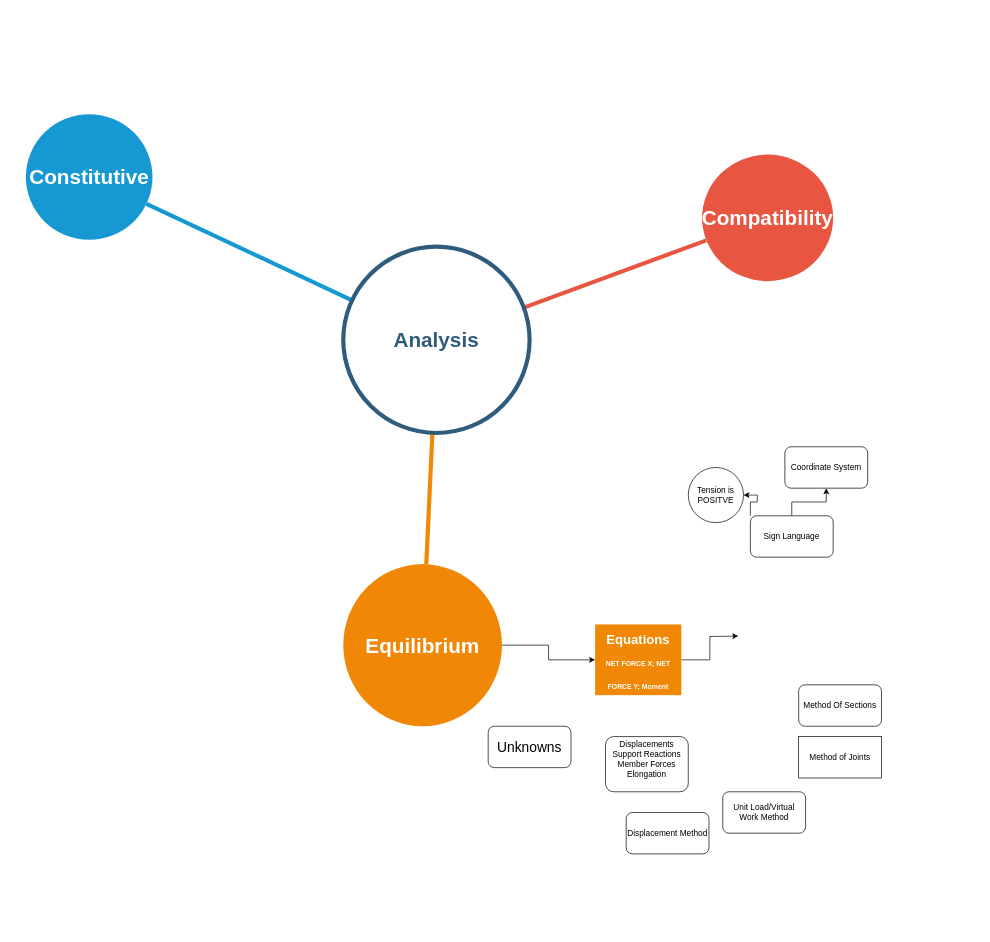
Earlier version of the draw.io diagram StructuralEng.drawio (em329-unity/MindMaps). Source tidied: cells renumbered, new cells numbered last; positions are measured from the earlier drawing's top-left corner, leaving out a move shared by most shapes. Both pictures are drawn from the tidied source at 69%, with x=0, y=0 at pixel (26, 114).
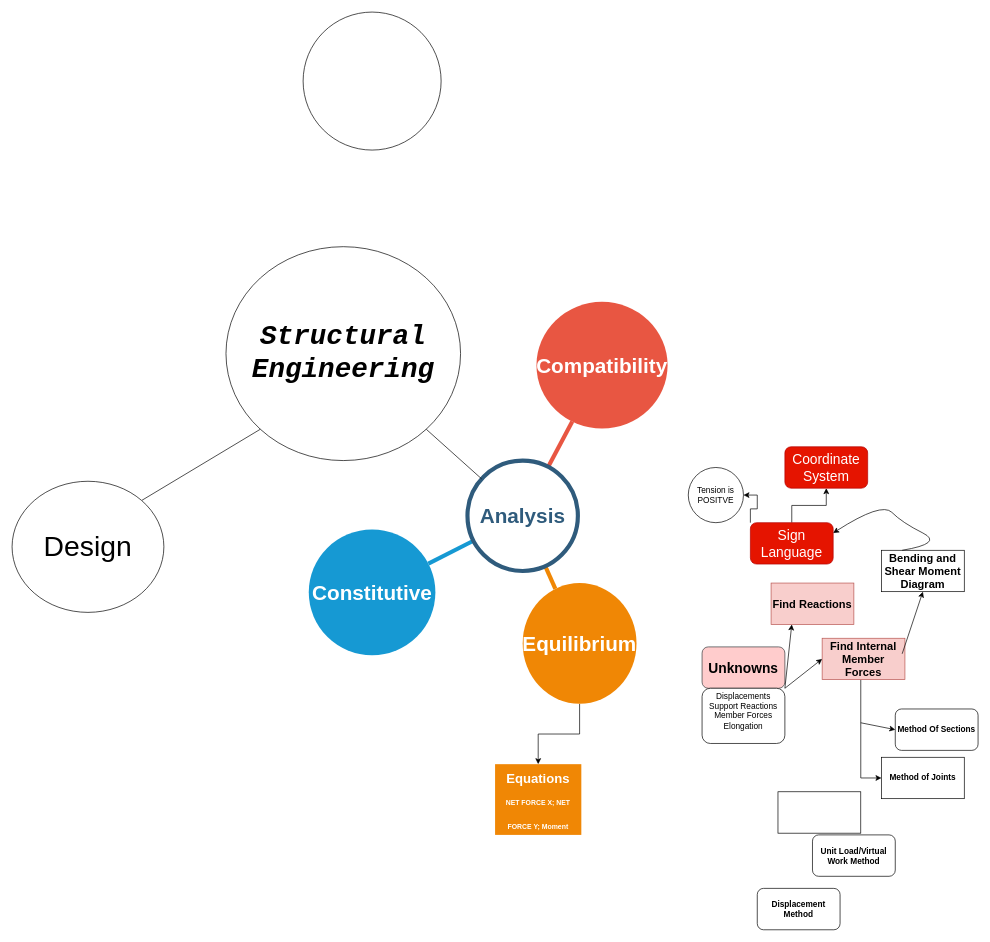
The same diagram, later.

Diff of the diagram source:
```diff
@@
     <mxCell id="2" value="Constitutive" style="ellipse;whiteSpace=wrap;html=1;shadow=0;fontFamily=Helvetica;fontSize=30;fontColor=#FFFFFF;align=center;strokeWidth=3;fillColor=#1699D3;strokeColor=none;fontStyle=1;" parent="1" vertex="1">
-      <mxGeometry width="183.5" height="182" as="geometry" />
+      <mxGeometry x="410" y="602" width="183.5" height="182" as="geometry" />
     </mxCell>
     <mxCell id="3" value="Compatibility" style="ellipse;whiteSpace=wrap;html=1;shadow=0;fontFamily=Helvetica;fontSize=30;fontColor=#FFFFFF;align=center;strokeWidth=3;fillColor=#E85642;strokeColor=none;fontStyle=1;" parent="1" vertex="1">
-      <mxGeometry x="980" y="58.5" width="190" height="183.5" as="geometry" />
+      <mxGeometry x="740" y="272" width="190" height="183.5" as="geometry" />
     </mxCell>
@@
     <mxCell id="5" value="Equilibrium" style="ellipse;whiteSpace=wrap;html=1;shadow=0;fontFamily=Helvetica;fontSize=30;fontColor=#FFFFFF;align=center;strokeWidth=3;fillColor=#F08705;strokeColor=none;fontStyle=1;" parent="1" vertex="1">
-      <mxGeometry x="460" y="652" width="230" height="235" as="geometry" />
+      <mxGeometry x="720" y="679.5" width="165" height="175" as="geometry" />
     </mxCell>
@@
     <mxCell id="9" value="Analysis" style="ellipse;whiteSpace=wrap;html=1;shadow=0;fontFamily=Helvetica;fontSize=30;fontColor=#2F5B7C;align=center;strokeColor=#2F5B7C;strokeWidth=6;fillColor=#FFFFFF;fontStyle=1;gradientColor=none;" parent="1" vertex="1">
-      <mxGeometry x="460" y="192" width="270" height="270" as="geometry" />
+      <mxGeometry x="640" y="502" width="160" height="160" as="geometry" />
     </mxCell>
-    <mxCell id="10" style="edgeStyle=orthogonalEdgeStyle;rounded=0;jettySize=auto;html=1;" parent="1" edge="1" source="11">
-      <mxGeometry relative="1" as="geometry">
-        <mxPoint x="1032.5" y="756.4" as="targetPoint" />
-      </mxGeometry>
-    </mxCell>
     <mxCell id="11" value="&lt;font style=&quot;font-size: 19px;&quot;&gt;Equations&lt;/font&gt;&lt;div style=&quot;line-height: 90%;&quot;&gt;&lt;font style=&quot;font-size: 10px;&quot;&gt;NET FORCE X; NET FORCE Y; Moment&lt;/font&gt;&lt;/div&gt;" style="whiteSpace=wrap;html=1;fontSize=30;fillColor=#F08705;strokeColor=none;fontColor=#FFFFFF;shadow=0;strokeWidth=3;fontStyle=1;" parent="1" vertex="1">
-      <mxGeometry x="825" y="739.5" width="125" height="102.5" as="geometry" />
+      <mxGeometry x="680" y="942" width="125" height="102.5" as="geometry" />
     </mxCell>
@@
-    <mxCell id="14" value="Sign Language" style="rounded=1;whiteSpace=wrap;html=1;" parent="1" vertex="1">
-      <mxGeometry x="1050" y="582" width="120" height="60" as="geometry" />
+    <mxCell id="14" value="Sign Language" style="rounded=1;whiteSpace=wrap;html=1;fillColor=#e51400;fontColor=#ffffff;strokeColor=#B20000;fontSize=20;" parent="1" vertex="1">
+      <mxGeometry x="1050" y="592" width="120" height="60" as="geometry" />
     </mxCell>
-    <mxCell id="15" value="Coordinate System" style="rounded=1;whiteSpace=wrap;html=1;" parent="1" vertex="1">
+    <mxCell id="15" value="Coordinate System" style="rounded=1;whiteSpace=wrap;html=1;fillColor=#e51400;fontColor=#ffffff;strokeColor=#B20000;fontSize=20;" parent="1" vertex="1">
       <mxGeometry x="1100" y="482" width="120" height="60" as="geometry" />
     </mxCell>
@@
-    <mxCell id="17" value="&lt;font style=&quot;font-size: 20px;&quot;&gt;Unknowns&lt;/font&gt;" style="rounded=1;whiteSpace=wrap;html=1;" parent="1" vertex="1">
-      <mxGeometry x="670" y="887" width="120" height="60" as="geometry" />
+    <mxCell id="17" value="&lt;font style=&quot;font-size: 20px;&quot;&gt;Unknowns&lt;/font&gt;" style="rounded=1;whiteSpace=wrap;html=1;fontStyle=1;fillColor=#ffcccc;strokeColor=#36393d;" parent="1" vertex="1">
+      <mxGeometry x="980" y="772" width="120" height="60" as="geometry" />
     </mxCell>
     <mxCell id="18" value="Displacements&lt;div&gt;Support Reactions&lt;/div&gt;&lt;div&gt;Member Forces&lt;/div&gt;&lt;div&gt;Elongation&lt;/div&gt;&lt;div&gt;&lt;br&gt;&lt;/div&gt;" style="rounded=1;whiteSpace=wrap;html=1;" parent="1" vertex="1">
-      <mxGeometry x="840" y="902" width="120" height="80" as="geometry" />
+      <mxGeometry x="980" y="832" width="120" height="80" as="geometry" />
     </mxCell>
-    <mxCell id="19" value="Unit Load/Virtual Work Method" style="rounded=1;whiteSpace=wrap;html=1;" parent="1" vertex="1">
-      <mxGeometry x="1010" y="982" width="120" height="60" as="geometry" />
+    <mxCell id="19" value="Unit Load/Virtual Work Method" style="rounded=1;whiteSpace=wrap;html=1;fontStyle=1;" parent="1" vertex="1">
+      <mxGeometry x="1140" y="1044.5" width="120" height="60" as="geometry" />
     </mxCell>
-    <mxCell id="20" value="Displacement Method" style="rounded=1;whiteSpace=wrap;html=1;" parent="1" vertex="1">
-      <mxGeometry x="870" y="1012" width="120" height="60" as="geometry" />
+    <mxCell id="20" value="Displacement Method" style="rounded=1;whiteSpace=wrap;html=1;fontStyle=1;" parent="1" vertex="1">
+      <mxGeometry x="1060" y="1122" width="120" height="60" as="geometry" />
     </mxCell>
-    <mxCell id="21" value="Method Of Sections" style="rounded=1;whiteSpace=wrap;html=1;" parent="1" vertex="1">
-      <mxGeometry x="1120" y="827" width="120" height="60" as="geometry" />
+    <mxCell id="21" value="Method Of Sections" style="rounded=1;whiteSpace=wrap;html=1;fontStyle=1;" parent="1" vertex="1">
+      <mxGeometry x="1260" y="862" width="120" height="60" as="geometry" />
     </mxCell>
-    <mxCell id="22" value="Method of Joints" style="rounded=0;whiteSpace=wrap;html=1;" parent="1" vertex="1">
-      <mxGeometry x="1120" y="902" width="120" height="60" as="geometry" />
+    <mxCell id="22" value="Method of Joints" style="rounded=0;whiteSpace=wrap;html=1;fontStyle=1;" parent="1" vertex="1">
+      <mxGeometry x="1240" y="932" width="120" height="60" as="geometry" />
     </mxCell>
+    <mxCell id="23" value="&lt;font face=&quot;Courier New&quot; style=&quot;font-size: 40px;&quot;&gt;&lt;b style=&quot;&quot;&gt;&lt;i style=&quot;&quot;&gt;Structural Engineering&lt;/i&gt;&lt;/b&gt;&lt;/font&gt;" style="ellipse;whiteSpace=wrap;html=1;" parent="1" vertex="1">
+      <mxGeometry x="290" y="192" width="340" height="310" as="geometry" />
+    </mxCell>
+    <mxCell id="24" style="endArrow=none;html=1;rounded=0;entryX=1;entryY=1;entryDx=0;entryDy=0;" parent="1" edge="1" source="9" target="23">
+      <mxGeometry relative="1" as="geometry" />
+    </mxCell>
+    <mxCell id="25" style="endArrow=none;html=1;rounded=0;entryX=0;entryY=1;entryDx=0;entryDy=0;exitX=1;exitY=0;exitDx=0;exitDy=0;" parent="1" edge="1" source="26" target="23">
+      <mxGeometry relative="1" as="geometry" />
+    </mxCell>
+    <mxCell id="26" value="&lt;font style=&quot;font-size: 41px;&quot;&gt;Design&lt;/font&gt;" style="ellipse;whiteSpace=wrap;html=1;" parent="1" vertex="1">
+      <mxGeometry x="-20" y="532" width="220" height="190" as="geometry" />
+    </mxCell>
+    <mxCell id="27" style="ellipse;whiteSpace=wrap;html=1;" parent="1" vertex="1">
+      <mxGeometry x="401.8" y="-148" width="200" height="200" as="geometry" />
+    </mxCell>
+    <mxCell id="28" value="Find Reactions" style="rounded=0;whiteSpace=wrap;html=1;fillColor=#f8cecc;strokeColor=#b85450;fontStyle=1;fontSize=16;" parent="1" vertex="1">
+      <mxGeometry x="1080" y="679.5" width="120" height="60" as="geometry" />
+    </mxCell>
+    <mxCell id="29" style="edgeStyle=orthogonalEdgeStyle;rounded=0;jettySize=auto;html=1;" parent="1" edge="1" source="30" target="22">
+      <mxGeometry relative="1" as="geometry">
+        <Array as="points">
+          <mxPoint x="1210" y="962" />
+        </Array>
+      </mxGeometry>
+    </mxCell>
+    <mxCell id="30" value="Find Internal Member Forces" style="rounded=0;whiteSpace=wrap;html=1;fillColor=#f8cecc;strokeColor=#b85450;fontStyle=1;fontSize=16;" parent="1" vertex="1">
+      <mxGeometry x="1154" y="759.5" width="120" height="60" as="geometry" />
+    </mxCell>
+    <mxCell id="31" style="endArrow=classic;html=1;rounded=0;entryX=0;entryY=0.5;entryDx=0;entryDy=0;" parent="1" edge="1" target="21">
+      <mxGeometry relative="1" as="geometry">
+        <mxPoint x="1210" y="882" as="sourcePoint" />
+      </mxGeometry>
+    </mxCell>
+    <mxCell id="32" style="endArrow=classic;html=1;rounded=0;exitX=0.5;exitY=1;exitDx=0;exitDy=0;entryX=0.5;entryY=0;entryDx=0;entryDy=0;" parent="1" edge="1" source="17" target="18">
+      <mxGeometry relative="1" as="geometry" />
+    </mxCell>
+    <mxCell id="33" style="endArrow=classic;html=1;rounded=0;entryX=0.25;entryY=1;entryDx=0;entryDy=0;exitX=1;exitY=0;exitDx=0;exitDy=0;" parent="1" edge="1" source="18" target="28">
+      <mxGeometry relative="1" as="geometry" />
+    </mxCell>
+    <mxCell id="34" style="endArrow=classic;html=1;rounded=0;entryX=0;entryY=0.5;entryDx=0;entryDy=0;exitX=1;exitY=0;exitDx=0;exitDy=0;" parent="1" edge="1" source="18" target="30">
+      <mxGeometry relative="1" as="geometry" />
+    </mxCell>
+    <mxCell id="35" style="endArrow=classic;html=1;rounded=0;" parent="1" edge="1">
+      <mxGeometry relative="1" as="geometry">
+        <mxPoint x="1270" y="782" as="sourcePoint" />
+        <mxPoint x="1300" y="692" as="targetPoint" />
+      </mxGeometry>
+    </mxCell>
+    <mxCell id="36" value="&lt;b&gt;&lt;font style=&quot;font-size: 16px;&quot;&gt;Bending and Shear Moment Diagram&lt;/font&gt;&lt;/b&gt;" style="rounded=0;whiteSpace=wrap;html=1;" parent="1" vertex="1">
+      <mxGeometry x="1240" y="632" width="120" height="60" as="geometry" />
+    </mxCell>
+    <mxCell id="37" style="curved=1;endArrow=classic;html=1;rounded=0;entryX=1;entryY=0.25;entryDx=0;entryDy=0;exitX=0.25;exitY=0;exitDx=0;exitDy=0;" parent="1" edge="1" source="36" target="14">
+      <mxGeometry relative="1" as="geometry">
+        <Array as="points">
+          <mxPoint x="1330" y="622" />
+          <mxPoint x="1270" y="592" />
+          <mxPoint x="1240" y="562" />
+        </Array>
+      </mxGeometry>
+    </mxCell>
+    <mxCell id="38" style="rounded=0;whiteSpace=wrap;html=1;" parent="1" vertex="1">
+      <mxGeometry x="1090" y="982" width="120" height="60" as="geometry" />
+    </mxCell>
```
